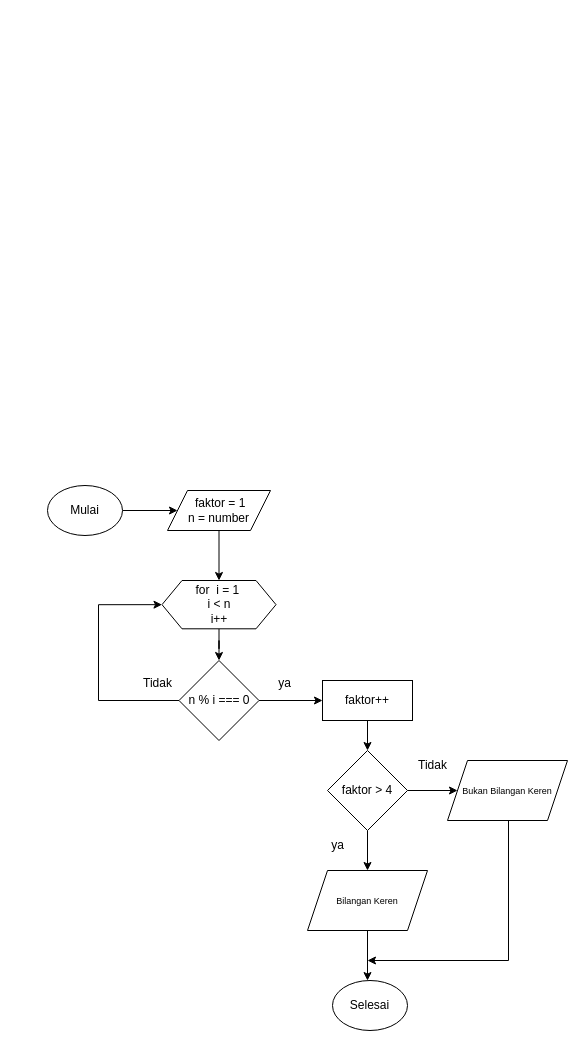
ALTA-FE17-Irsan-Jamaludin/TUGAS-FLOWCHART-ALGORITMA keeps this draw.io diagram as soal1_flowchart.drawio. Above is the earlier version. Source tidied: cells renumbered, new cells numbered last; positions are measured from the earlier drawing's top-left corner, leaving out a move shared by most shapes. Both pictures are drawn from the tidied source at 100%, with x=0, y=0 at pixel (47, 485).
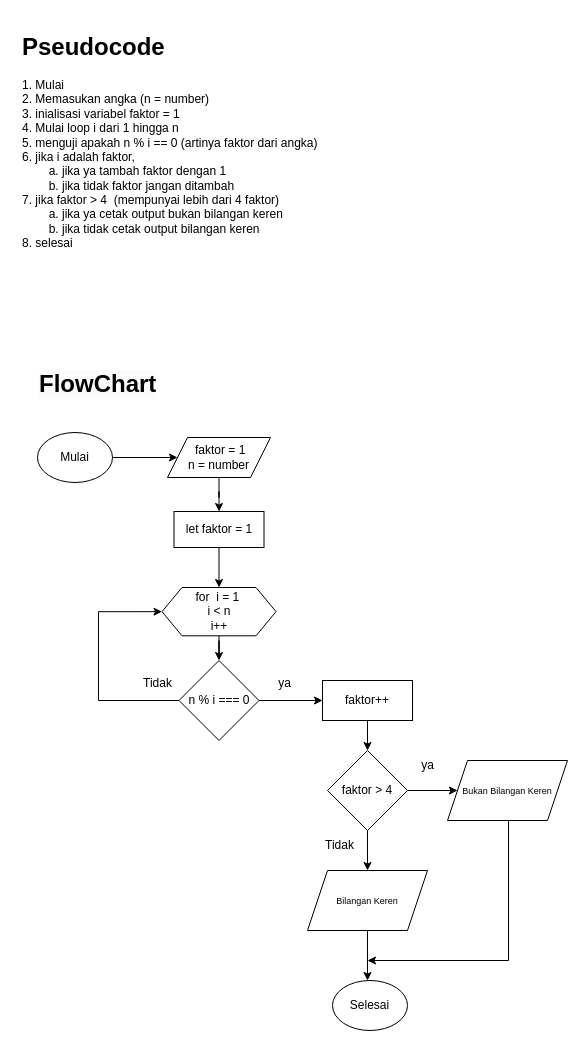
The same page after the edit.

Commit message (it also covers changes not shown here):
Menambah Pseudocode di Flowchart

Unchanged cells that the change refers to:
```xml
<mxCell id="10" value="n % i === 0" style="rhombus;whiteSpace=wrap;html=1;" parent="1" vertex="1">
  <mxGeometry x="131.5" y="175" width="80" height="80" as="geometry" />
</mxCell>
<mxCell id="17" value="&lt;font style=&quot;font-size: 9px;&quot;&gt;Bukan Bilangan Keren&lt;/font&gt;" style="shape=parallelogram;perimeter=parallelogramPerimeter;whiteSpace=wrap;html=1;fixedSize=1;" parent="1" vertex="1">
  <mxGeometry x="400" y="275" width="120" height="60" as="geometry" />
</mxCell>
```

Change to the diagram source:
```diff
@@
     <mxCell id="3" value="Mulai" style="ellipse;whiteSpace=wrap;html=1;" parent="1" vertex="1">
-      <mxGeometry width="75" height="50" as="geometry" />
+      <mxGeometry x="-10" y="-53" width="75" height="50" as="geometry" />
     </mxCell>
-    <mxCell id="4" style="edgeStyle=orthogonalEdgeStyle;rounded=0;jettySize=auto;html=1;exitX=0.5;exitY=1;exitDx=0;exitDy=0;entryX=0.5;entryY=0;entryDx=0;entryDy=0;" parent="1" edge="1" source="5" target="7">
-      <mxGeometry relative="1" as="geometry" />
-    </mxCell>
+    <mxCell id="25" style="edgeStyle=orthogonalEdgeStyle;rounded=0;jettySize=auto;html=1;" parent="1" edge="1" source="5" target="33">
+      <mxGeometry relative="1" as="geometry" />
+    </mxCell>
     <mxCell id="5" value="&amp;nbsp;faktor = 1&lt;br&gt;n = number" style="shape=parallelogram;perimeter=parallelogramPerimeter;whiteSpace=wrap;html=1;fixedSize=1;" parent="1" vertex="1">
-      <mxGeometry x="120" y="5" width="103" height="40" as="geometry" />
+      <mxGeometry x="120" y="-48" width="103" height="40" as="geometry" />
     </mxCell>
@@
     <mxCell id="7" value="for&amp;nbsp; i = 1&amp;nbsp;&lt;br&gt;i &amp;lt; n&lt;br&gt;i++&lt;br&gt;" style="shape=hexagon;perimeter=hexagonPerimeter2;whiteSpace=wrap;html=1;fixedSize=1;" parent="1" vertex="1">
-      <mxGeometry x="114.5" y="95" width="114" height="48.3" as="geometry" />
+      <mxGeometry x="114.5" y="102" width="114" height="48.3" as="geometry" />
     </mxCell>
@@
     <mxCell id="9" style="edgeStyle=orthogonalEdgeStyle;rounded=0;jettySize=auto;html=1;entryX=0;entryY=0.5;entryDx=0;entryDy=0;" parent="1" edge="1" source="10" target="7">
       <mxGeometry relative="1" as="geometry">
         <Array as="points">
           <mxPoint x="51" y="215" />
-          <mxPoint x="51" y="119" />
+          <mxPoint x="51" y="126" />
         </Array>
       </mxGeometry>
     </mxCell>
@@
-    <mxCell id="16" style="edgeStyle=orthogonalEdgeStyle;rounded=0;jettySize=auto;html=1;" parent="1" edge="1" source="17">
-      <mxGeometry relative="1" as="geometry">
-        <mxPoint x="320" y="475" as="targetPoint" />
-        <Array as="points">
-          <mxPoint x="461" y="475" />
-          <mxPoint x="320" y="475" />
-        </Array>
-      </mxGeometry>
-    </mxCell>
+    <mxCell id="26" style="edgeStyle=orthogonalEdgeStyle;rounded=0;jettySize=auto;html=1;" parent="1" edge="1" source="17">
+      <mxGeometry relative="1" as="geometry">
+        <mxPoint x="320" y="475" as="targetPoint" />
+        <Array as="points">
+          <mxPoint x="461" y="475" />
+          <mxPoint x="320" y="475" />
+        </Array>
+      </mxGeometry>
+    </mxCell>
@@
-    <mxCell id="21" value="Tidak" style="text;html=1;align=center;verticalAlign=middle;strokeColor=none;fillColor=none;" parent="1" vertex="1">
-      <mxGeometry x="85" y="183" width="50" height="30" as="geometry" />
-    </mxCell>
-    <mxCell id="22" value="ya" style="text;html=1;align=center;verticalAlign=middle;strokeColor=none;fillColor=none;" parent="1" vertex="1">
-      <mxGeometry x="216.5" y="183" width="40" height="30" as="geometry" />
-    </mxCell>
-    <mxCell id="23" value="Tidak" style="text;html=1;align=center;verticalAlign=middle;strokeColor=none;fillColor=none;" parent="1" vertex="1">
-      <mxGeometry x="360" y="265" width="50" height="30" as="geometry" />
-    </mxCell>
-    <mxCell id="24" value="ya" style="text;html=1;align=center;verticalAlign=middle;strokeColor=none;fillColor=none;" parent="1" vertex="1">
-      <mxGeometry x="270" y="345" width="40" height="30" as="geometry" />
-    </mxCell>
+    <mxCell id="27" value="Tidak" style="text;html=1;align=center;verticalAlign=middle;strokeColor=none;fillColor=none;" parent="1" vertex="1">
+      <mxGeometry x="85" y="183" width="50" height="30" as="geometry" />
+    </mxCell>
+    <mxCell id="28" value="ya" style="text;html=1;align=center;verticalAlign=middle;strokeColor=none;fillColor=none;" parent="1" vertex="1">
+      <mxGeometry x="216.5" y="183" width="40" height="30" as="geometry" />
+    </mxCell>
+    <mxCell id="29" value="Tidak" style="text;html=1;align=center;verticalAlign=middle;strokeColor=none;fillColor=none;" parent="1" vertex="1">
+      <mxGeometry x="266.5" y="345" width="50" height="30" as="geometry" />
+    </mxCell>
+    <mxCell id="30" value="ya" style="text;html=1;align=center;verticalAlign=middle;strokeColor=none;fillColor=none;" parent="1" vertex="1">
+      <mxGeometry x="360" y="265" width="40" height="30" as="geometry" />
+    </mxCell>
+    <mxCell id="31" value="&lt;h1&gt;&lt;span style=&quot;background-color: initial;&quot;&gt;Pseudocode&lt;/span&gt;&lt;/h1&gt;&lt;div&gt;1. Mulai&lt;/div&gt;&lt;div&gt;2. Memasukan angka (n = number)&lt;/div&gt;&lt;div&gt;3. inialisasi variabel faktor = 1&lt;/div&gt;&lt;div&gt;4. Mulai loop i dari 1 hingga n&lt;/div&gt;&lt;div&gt;5. menguji apakah n % i == 0 (artinya faktor dari angka)&lt;/div&gt;&lt;div&gt;6. jika i adalah faktor,&lt;/div&gt;&lt;div&gt;&lt;span style=&quot;white-space: pre;&quot;&gt;&#9;&lt;/span&gt;a. jika ya tambah faktor dengan 1&lt;br&gt;&lt;/div&gt;&lt;div&gt;&lt;span style=&quot;white-space: pre;&quot;&gt;&#9;&lt;/span&gt;b. jika tidak faktor jangan ditambah&lt;br&gt;&lt;/div&gt;&lt;div&gt;7. jika faktor &amp;gt; 4&amp;nbsp; (mempunyai lebih dari 4 faktor)&lt;/div&gt;&lt;div&gt;&lt;span style=&quot;white-space: pre;&quot;&gt;&#9;&lt;/span&gt;a. jika ya cetak output bukan bilangan keren&lt;br&gt;&lt;/div&gt;&lt;div&gt;&lt;span style=&quot;white-space: pre;&quot;&gt;&#9;&lt;/span&gt;b. jika tidak cetak output bilangan keren&lt;br&gt;&lt;/div&gt;&lt;div&gt;8. selesai&lt;/div&gt;" style="text;html=1;strokeColor=none;fillColor=none;spacing=5;spacingTop=-20;whiteSpace=wrap;overflow=hidden;rounded=0;" parent="1" vertex="1">
+      <mxGeometry x="-30" y="-458" width="517" height="250" as="geometry" />
+    </mxCell>
+    <mxCell id="32" style="edgeStyle=orthogonalEdgeStyle;rounded=0;jettySize=auto;html=1;entryX=0.5;entryY=0;entryDx=0;entryDy=0;" parent="1" edge="1" source="33" target="7">
+      <mxGeometry relative="1" as="geometry" />
+    </mxCell>
+    <mxCell id="33" value="let faktor = 1" style="rounded=0;whiteSpace=wrap;html=1;" parent="1" vertex="1">
+      <mxGeometry x="126.5" y="26" width="90" height="36" as="geometry" />
+    </mxCell>
+    <mxCell id="34" value="&lt;h1 style=&quot;border-color: var(--border-color); color: rgb(0, 0, 0); font-family: Helvetica; font-style: normal; font-variant-ligatures: normal; font-variant-caps: normal; letter-spacing: normal; orphans: 2; text-align: left; text-indent: 0px; text-transform: none; widows: 2; word-spacing: 0px; -webkit-text-stroke-width: 0px; background-color: rgb(251, 251, 251); text-decoration-thickness: initial; text-decoration-style: initial; text-decoration-color: initial;&quot;&gt;FlowChart&lt;/h1&gt;" style="text;whiteSpace=wrap;html=1;" parent="1" vertex="1">
+      <mxGeometry x="-10" y="-138" width="180" height="100" as="geometry" />
+    </mxCell>
```
